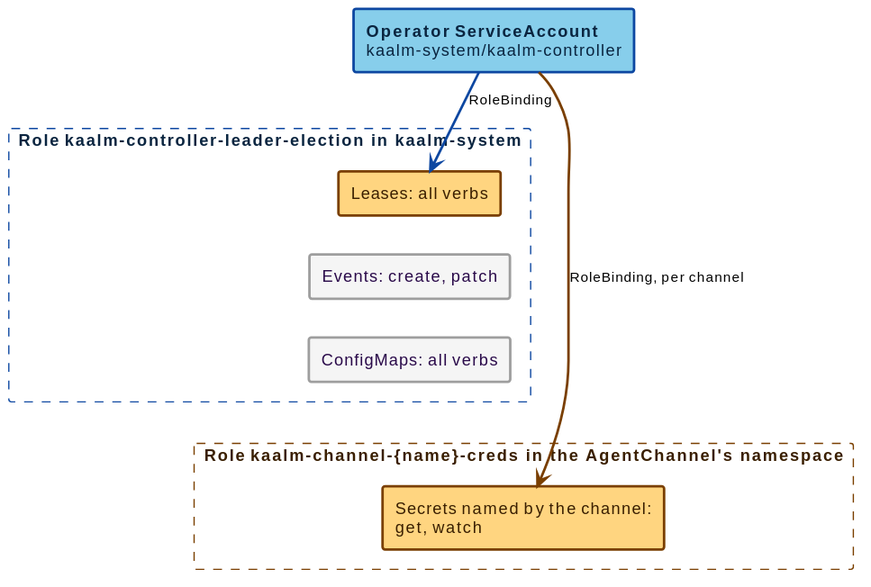
Before: docs/src/diagrams/operator-rbac-namespaced.svg, a diagram exported from PlantUML (win07xp/kaalm).
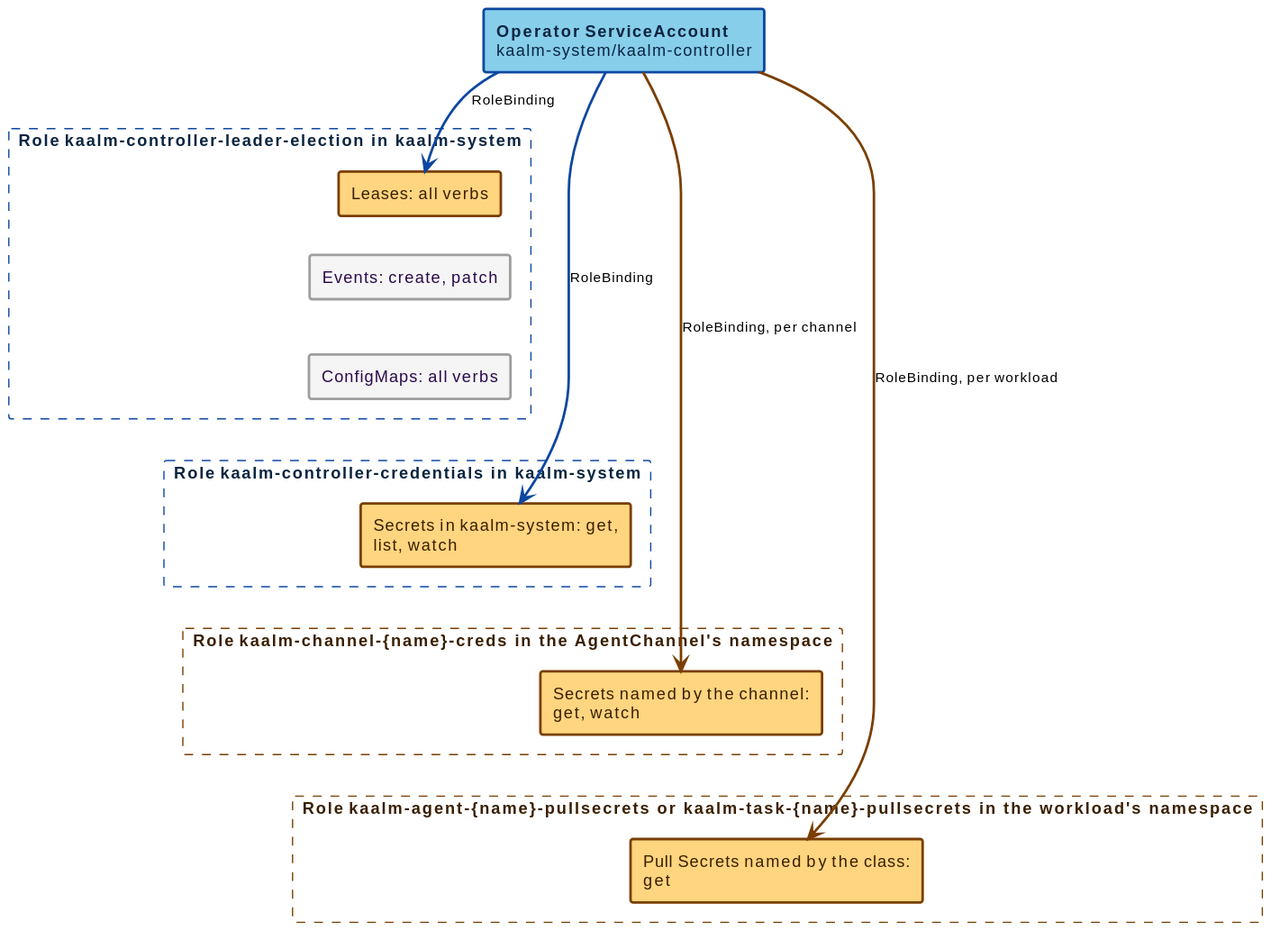
Later version of the same file.

What changed in the source:
```diff
@@ -11,12 +11,22 @@
   rectangle "Events: create, patch" as ev #back:F5F5F5;line:9E9E9E;line.bold;text:2a0a4a
   rectangle "ConfigMaps: all verbs" as cm #back:F5F5F5;line:9E9E9E;line.bold;text:2a0a4a
 }
+rectangle "**Role** kaalm-controller-credentials in kaalm-system" as nscred #line:0D47A1;line.dashed;text:0a2540 {
+  rectangle "Secrets in kaalm-system: get, list, watch" as syssec #back:FFD580;line:7a3f00;line.bold;text:3a1f00
+}
 rectangle "**Role** kaalm-channel-{name}-creds in the AgentChannel's namespace" as nsuser #line:7a3f00;line.dashed;text:3a1f00 {
   rectangle "Secrets named by the channel: get, watch" as chsec #back:FFD580;line:7a3f00;line.bold;text:3a1f00
 }
+rectangle "**Role** kaalm-agent-{name}-pullsecrets or kaalm-task-{name}-pullsecrets in the workload's namespace" as nspull #line:7a3f00;line.dashed;text:3a1f00 {
+  rectangle "Pull Secrets named by the class: get" as pullsec #back:FFD580;line:7a3f00;line.bold;text:3a1f00
+}
 OPSA -[#0D47A1,bold]-> leases : RoleBinding
+OPSA -[#0D47A1,bold]-> syssec : RoleBinding
 OPSA .[#7a3f00,bold].> chsec : RoleBinding, per channel
+OPSA .[#7a3f00,bold].> pullsec : RoleBinding, per workload
 leases -[hidden]down- ev
 ev -[hidden]down- cm
-cm -[hidden]down- chsec
+cm -[hidden]down- syssec
+syssec -[hidden]down- chsec
+chsec -[hidden]down- pullsec
 @enduml
```
